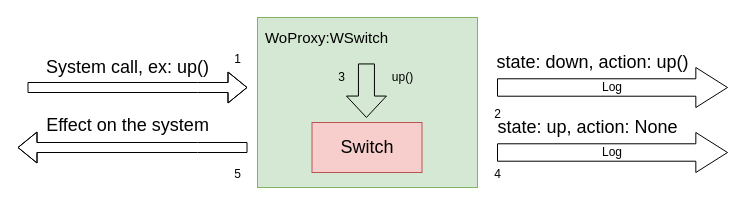
Sylv-Lej/thesis-separation-concerns keeps this draw.io diagram as fig/drawio/wo_proxy.drawio. Above is the earlier version. Source tidied: cells renumbered, new cells numbered last; positions are measured from the earlier drawing's top-left corner, leaving out a move shared by most shapes. Both pictures are drawn from the tidied source at 100%, with x=0, y=0 at pixel (17, 17).
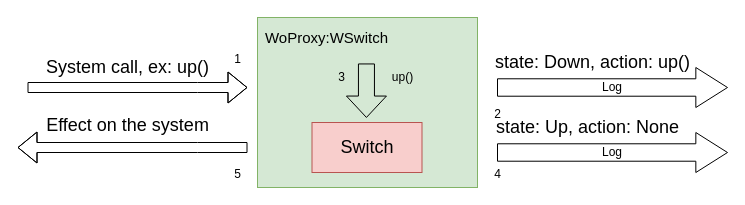
The same page after the edit.

Diff of the diagram source:
```diff
@@
-    <mxCell id="8" value="state: down, action: up()" style="text;html=1;align=center;verticalAlign=middle;strokeColor=none;fillColor=none;fontSize=18;" parent="1" vertex="1">
+    <mxCell id="8" value="state: Down, action: up()" style="text;html=1;align=center;verticalAlign=middle;strokeColor=none;fillColor=none;fontSize=18;" parent="1" vertex="1">
       <mxGeometry x="470" y="30" width="210" height="30" as="geometry" />
     </mxCell>
@@
-    <mxCell id="13" value="state: up, action: None" style="text;html=1;align=center;verticalAlign=middle;strokeColor=none;fillColor=none;fontSize=18;" parent="1" vertex="1">
+    <mxCell id="13" value="state: Up, action: None" style="text;html=1;align=center;verticalAlign=middle;strokeColor=none;fillColor=none;fontSize=18;" parent="1" vertex="1">
       <mxGeometry x="470" y="95" width="200" height="30" as="geometry" />
     </mxCell>
```
